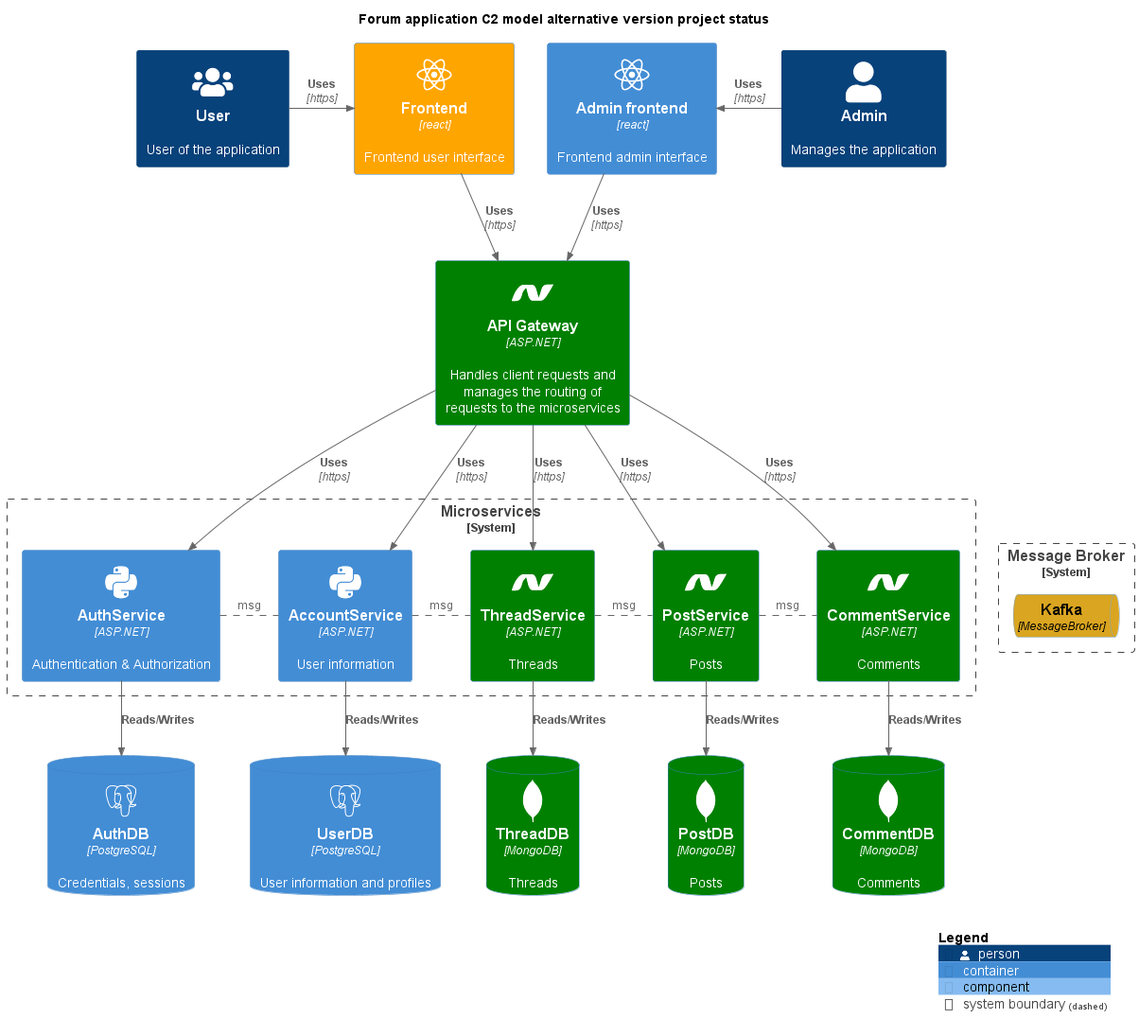
Earlier version of the PlantUML export Architecture/C4_Models/Architecture_C2_project_status.png (KevinvdHoogenhof/ForumApp-Main).
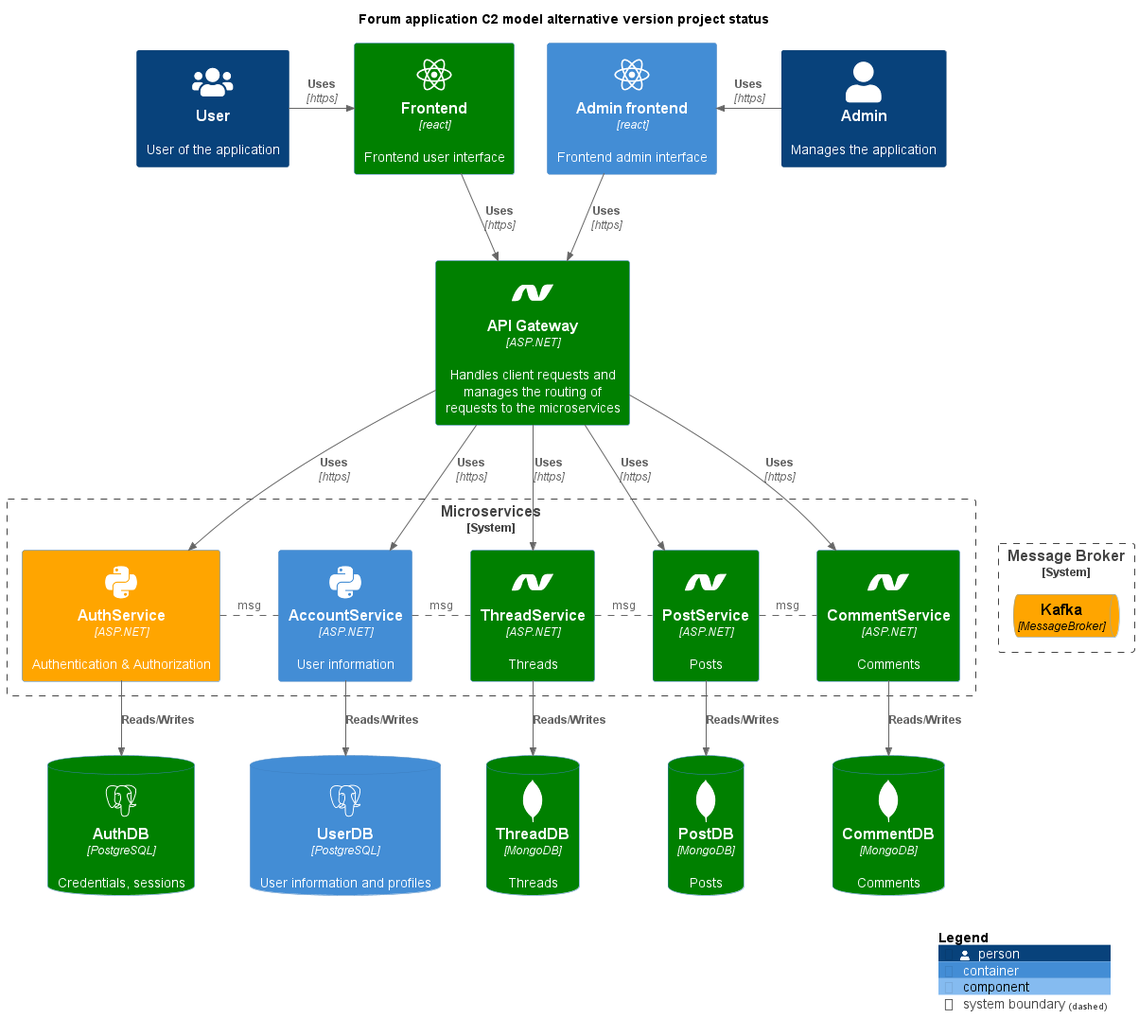
The same diagram one commit later.

Change to the diagram source:
```diff
@@ -15,27 +15,27 @@
 Person(user, "User", "User of the application", $sprite="users")
 Person(admin, "Admin", "Manages the application")
 
-Container(frontend, "Frontend", "react", "Frontend user interface", $sprite="react")#Orange
+Container(frontend, "Frontend", "react", "Frontend user interface", $sprite="react")#Green
 Container(frontendadmin, "Admin frontend", "react", "Frontend admin interface", $sprite="react")
 
 Container(api, "API Gateway", "ASP.NET", "Handles client requests and manages the routing of requests to the microservices", $sprite="dotnet")#Green
 
 System_Boundary(ms, "Microservices", "Back-end services"){
-Container(authservice, "AuthService", "ASP.NET", "Authentication & Authorization", $sprite="python")
+Container(authservice, "AuthService", "ASP.NET", "Authentication & Authorization", $sprite="python")#Orange
 Container(accservice, "AccountService", "ASP.NET", "User information", $sprite="python")
 Container(threadservice, "ThreadService", "ASP.NET", "Threads", $sprite="dotnet")#Green
 Container(postservice, "PostService", "ASP.NET", "Posts", $sprite="dotnet")#Green
 Container(commentservice, "CommentService", "ASP.NET", "Comments", $sprite="dotnet")#Green
 }
 
-ContainerDb(authdb, "AuthDB", "PostgreSQL", "Credentials, sessions", $sprite="postgresql")
+ContainerDb(authdb, "AuthDB", "PostgreSQL", "Credentials, sessions", $sprite="postgresql")#Green
 ContainerDb(userdb, "UserDB", "PostgreSQL", "User information and profiles", $sprite="postgresql")
 ContainerDb(threaddb, "ThreadDB", "MongoDB", "Threads", $sprite="mongodb")#Green
 ContainerDb(postdb, "PostDB", "MongoDB", "Posts", $sprite="mongodb")#Green
 ContainerDb(commentdb, "CommentDB", "MongoDB", "Comments", $sprite="mongodb")#Green
 
 System_Boundary(mb, "Message Broker", " "){
-ComponentQueue(mq, "Kafka", "MessageBroker")#GoldenRod
+ComponentQueue(mq, "Kafka", "MessageBroker")#Orange
 }
 
 Rel_R(user, frontend, "Uses", "https")
```
